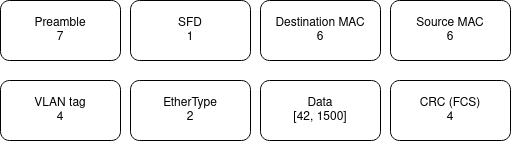
Above: doc/ETHERNET_FRAMES.drawio.png in avergnaud/CEH-notes (draw.io), before the change. Source tidied: cells renumbered, new cells last; positions are measured from the earlier drawing's top-left corner, leaving out a move shared by most shapes. Source of this version:
```xml
<mxGraphModel>
  <root>
    <mxCell id="0" />
    <mxCell id="1" parent="0" />
    <mxCell id="2" value="Preamble&lt;br&gt;7" style="rounded=1;whiteSpace=wrap;html=1;" parent="1" vertex="1">
      <mxGeometry width="120" height="60" as="geometry" />
    </mxCell>
    <mxCell id="3" value="SFD&lt;br&gt;1" style="rounded=1;whiteSpace=wrap;html=1;" parent="1" vertex="1">
      <mxGeometry x="130" width="120" height="60" as="geometry" />
    </mxCell>
    <mxCell id="4" value="Destination MAC&lt;br&gt;6" style="rounded=1;whiteSpace=wrap;html=1;" parent="1" vertex="1">
      <mxGeometry x="260" width="120" height="60" as="geometry" />
    </mxCell>
    <mxCell id="5" value="Source MAC&lt;br&gt;6" style="rounded=1;whiteSpace=wrap;html=1;" parent="1" vertex="1">
      <mxGeometry x="390" width="120" height="60" as="geometry" />
    </mxCell>
    <mxCell id="6" value="&lt;div&gt;VLAN tag&lt;/div&gt;&lt;div&gt;4&lt;span style=&quot;white-space: pre&quot;&gt;&lt;/span&gt;&lt;br&gt;&lt;/div&gt;" style="rounded=1;whiteSpace=wrap;html=1;" parent="1" vertex="1">
      <mxGeometry y="80" width="120" height="60" as="geometry" />
    </mxCell>
    <mxCell id="7" value="&lt;div&gt;EtherType&lt;/div&gt;&lt;div&gt;2&lt;br&gt;&lt;span style=&quot;white-space: pre&quot;&gt;&lt;/span&gt;&lt;/div&gt;" style="rounded=1;whiteSpace=wrap;html=1;" parent="1" vertex="1">
      <mxGeometry x="130" y="80" width="120" height="60" as="geometry" />
    </mxCell>
    <mxCell id="8" value="Data&lt;br&gt;[42, 1500]" style="rounded=1;whiteSpace=wrap;html=1;" parent="1" vertex="1">
      <mxGeometry x="260" y="80" width="120" height="60" as="geometry" />
    </mxCell>
    <mxCell id="9" value="CRC (FCS)&lt;br&gt;4" style="rounded=1;whiteSpace=wrap;html=1;" parent="1" vertex="1">
      <mxGeometry x="390" y="80" width="120" height="60" as="geometry" />
    </mxCell>
  </root>
</mxGraphModel>
```
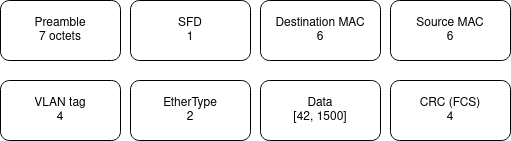
After the change.

Diff of the diagram source:
```diff
@@ -2,7 +2,7 @@
   <root>
     <mxCell id="0" />
     <mxCell id="1" parent="0" />
-    <mxCell id="2" value="Preamble&lt;br&gt;7" style="rounded=1;whiteSpace=wrap;html=1;" parent="1" vertex="1">
+    <mxCell id="2" value="Preamble&lt;br&gt;7 octets" style="rounded=1;whiteSpace=wrap;html=1;" parent="1" vertex="1">
       <mxGeometry width="120" height="60" as="geometry" />
     </mxCell>
     <mxCell id="3" value="SFD&lt;br&gt;1" style="rounded=1;whiteSpace=wrap;html=1;" parent="1" vertex="1">
```
